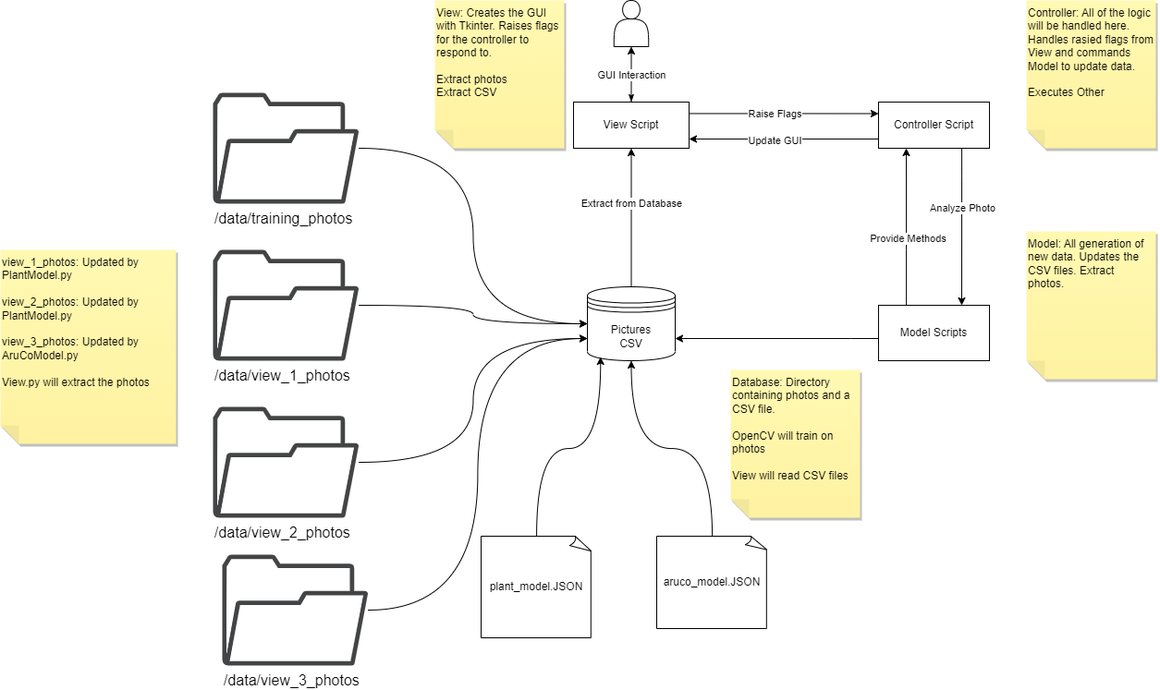
This is docs/block_diagram_flower_growth_tracker-System_Overview.drawio.png from JovanyZepeda/miniature-doodle, a draw.io export, as it was before one commit. Source tidied: cells renumbered, new cells last; positions are measured from the earlier drawing's top-left corner, leaving out a move shared by most shapes.
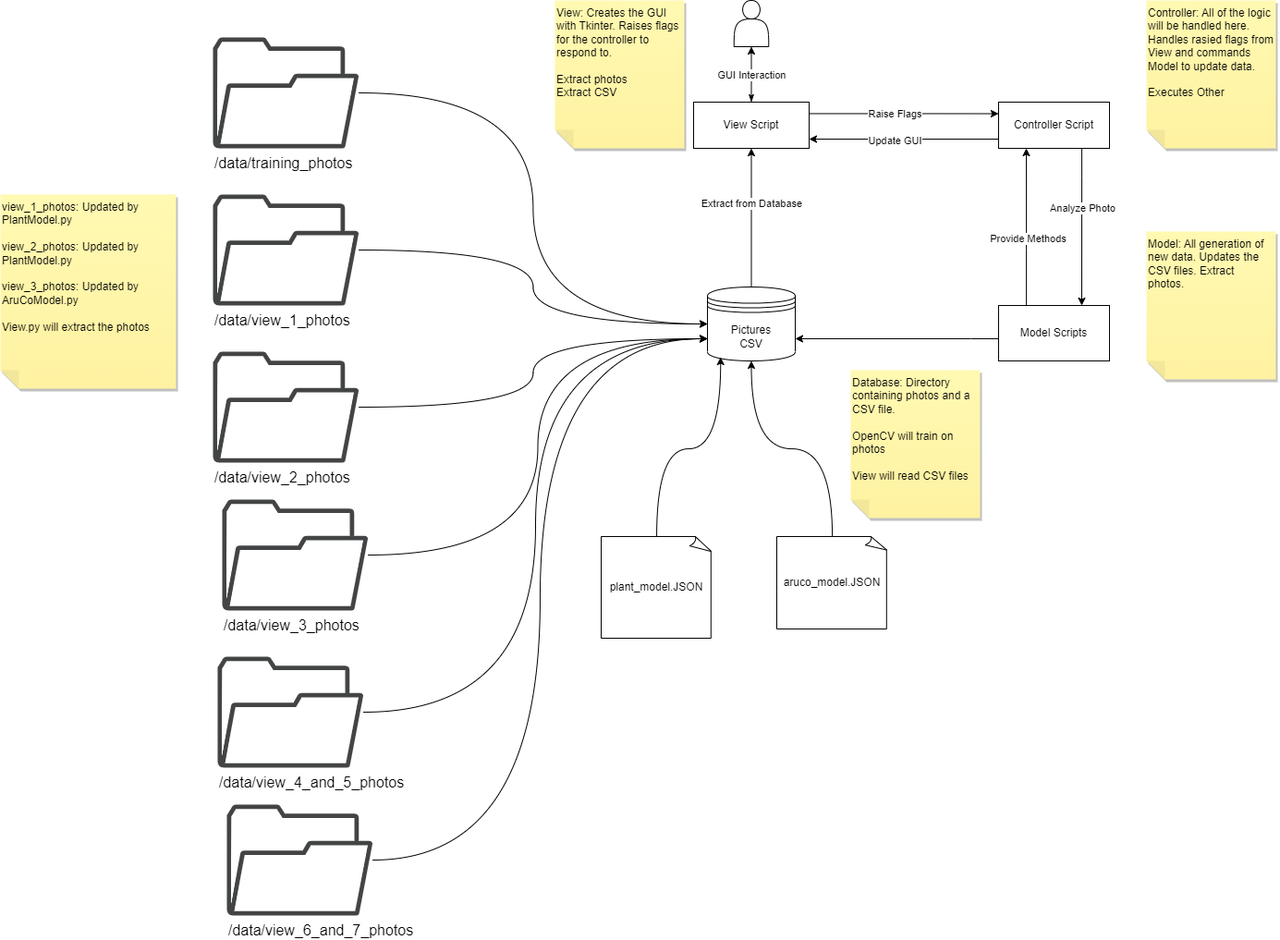
The same diagram one commit later.

What changed in the source:
```diff
@@ -110,28 +110,40 @@
       <mxGeometry relative="1" as="geometry" />
     </mxCell>
     <mxCell id="29" value="/data/training_photos" style="sketch=0;shadow=0;dashed=0;html=1;strokeColor=none;fillColor=#434445;labelPosition=center;verticalLabelPosition=bottom;verticalAlign=top;align=left;outlineConnect=0;shape=mxgraph.vvd.folder;horizontal=1;fontSize=16;" parent="1" vertex="1">
-      <mxGeometry x="230" y="100" width="157.9" height="120" as="geometry" />
+      <mxGeometry x="100" y="40" width="157.9" height="120" as="geometry" />
     </mxCell>
     <mxCell id="30" style="edgeStyle=orthogonalEdgeStyle;rounded=0;jettySize=auto;html=1;entryX=0;entryY=0.5;entryDx=0;entryDy=0;curved=1;" parent="1" edge="1" source="31" target="15">
       <mxGeometry relative="1" as="geometry" />
     </mxCell>
     <mxCell id="31" value="/data/view_1_photos" style="sketch=0;shadow=0;dashed=0;html=1;strokeColor=none;fillColor=#434445;labelPosition=center;verticalLabelPosition=bottom;verticalAlign=top;align=left;outlineConnect=0;shape=mxgraph.vvd.folder;horizontal=1;fontSize=16;" parent="1" vertex="1">
-      <mxGeometry x="230" y="270" width="157.9" height="120" as="geometry" />
+      <mxGeometry x="100" y="210" width="157.9" height="120" as="geometry" />
     </mxCell>
     <mxCell id="32" style="edgeStyle=orthogonalEdgeStyle;rounded=0;jettySize=auto;html=1;entryX=0;entryY=0.7;entryDx=0;entryDy=0;curved=1;" parent="1" edge="1" source="33" target="15">
       <mxGeometry relative="1" as="geometry" />
     </mxCell>
     <mxCell id="33" value="/data/view_2_photos" style="sketch=0;shadow=0;dashed=0;html=1;strokeColor=none;fillColor=#434445;labelPosition=center;verticalLabelPosition=bottom;verticalAlign=top;align=left;outlineConnect=0;shape=mxgraph.vvd.folder;horizontal=1;fontSize=16;" parent="1" vertex="1">
-      <mxGeometry x="230" y="440" width="157.9" height="120" as="geometry" />
+      <mxGeometry x="100" y="380" width="157.9" height="120" as="geometry" />
     </mxCell>
     <mxCell id="34" style="edgeStyle=orthogonalEdgeStyle;rounded=0;jettySize=auto;html=1;entryX=0;entryY=0.7;entryDx=0;entryDy=0;curved=1;" parent="1" edge="1" source="35" target="15">
       <mxGeometry relative="1" as="geometry" />
     </mxCell>
     <mxCell id="35" value="/data/view_3_photos" style="sketch=0;shadow=0;dashed=0;html=1;strokeColor=none;fillColor=#434445;labelPosition=center;verticalLabelPosition=bottom;verticalAlign=top;align=left;outlineConnect=0;shape=mxgraph.vvd.folder;horizontal=1;fontSize=16;" parent="1" vertex="1">
-      <mxGeometry x="240" y="600" width="157.9" height="120" as="geometry" />
+      <mxGeometry x="110" y="540" width="157.9" height="120" as="geometry" />
     </mxCell>
     <mxCell id="36" value="view_1_photos: Updated by PlantModel.py&lt;br&gt;&lt;br&gt;view_2_photos: Updated by PlantModel.py&lt;br&gt;&lt;br&gt;view_3_photos: Updated by AruCoModel.py&lt;br&gt;&lt;br&gt;View.py will extract the photos" style="shape=note;whiteSpace=wrap;html=1;backgroundOutline=1;fontColor=#000000;darkOpacity=0.05;fillColor=#FFF9B2;strokeColor=none;fillStyle=solid;direction=west;gradientDirection=north;gradientColor=#FFF2A1;shadow=1;size=20;align=left;verticalAlign=top;" parent="1" vertex="1">
-      <mxGeometry y="270" width="190" height="210" as="geometry" />
+      <mxGeometry x="-130" y="210" width="190" height="210" as="geometry" />
     </mxCell>
+    <mxCell id="37" style="edgeStyle=orthogonalEdgeStyle;rounded=0;jettySize=auto;html=1;entryX=0;entryY=0.7;entryDx=0;entryDy=0;verticalAlign=top;curved=1;" parent="1" edge="1" source="38" target="15">
+      <mxGeometry relative="1" as="geometry" />
+    </mxCell>
+    <mxCell id="38" value="/data/view_6_and_7_photos" style="sketch=0;shadow=0;dashed=0;html=1;strokeColor=none;fillColor=#434445;labelPosition=center;verticalLabelPosition=bottom;verticalAlign=top;align=left;outlineConnect=0;shape=mxgraph.vvd.folder;horizontal=1;fontSize=16;" parent="1" vertex="1">
+      <mxGeometry x="115" y="870" width="157.9" height="120" as="geometry" />
+    </mxCell>
+    <mxCell id="39" style="edgeStyle=orthogonalEdgeStyle;rounded=0;jettySize=auto;html=1;entryX=0;entryY=0.7;entryDx=0;entryDy=0;verticalAlign=top;curved=1;" parent="1" edge="1" source="40" target="15">
+      <mxGeometry relative="1" as="geometry" />
+    </mxCell>
+    <mxCell id="40" value="/data/view_4_and_5_photos" style="sketch=0;shadow=0;dashed=0;html=1;strokeColor=none;fillColor=#434445;labelPosition=center;verticalLabelPosition=bottom;verticalAlign=top;align=left;outlineConnect=0;shape=mxgraph.vvd.folder;horizontal=1;fontSize=16;" parent="1" vertex="1">
+      <mxGeometry x="105" y="710" width="157.9" height="120" as="geometry" />
+    </mxCell>
   </root>
 </mxGraphModel>
```
